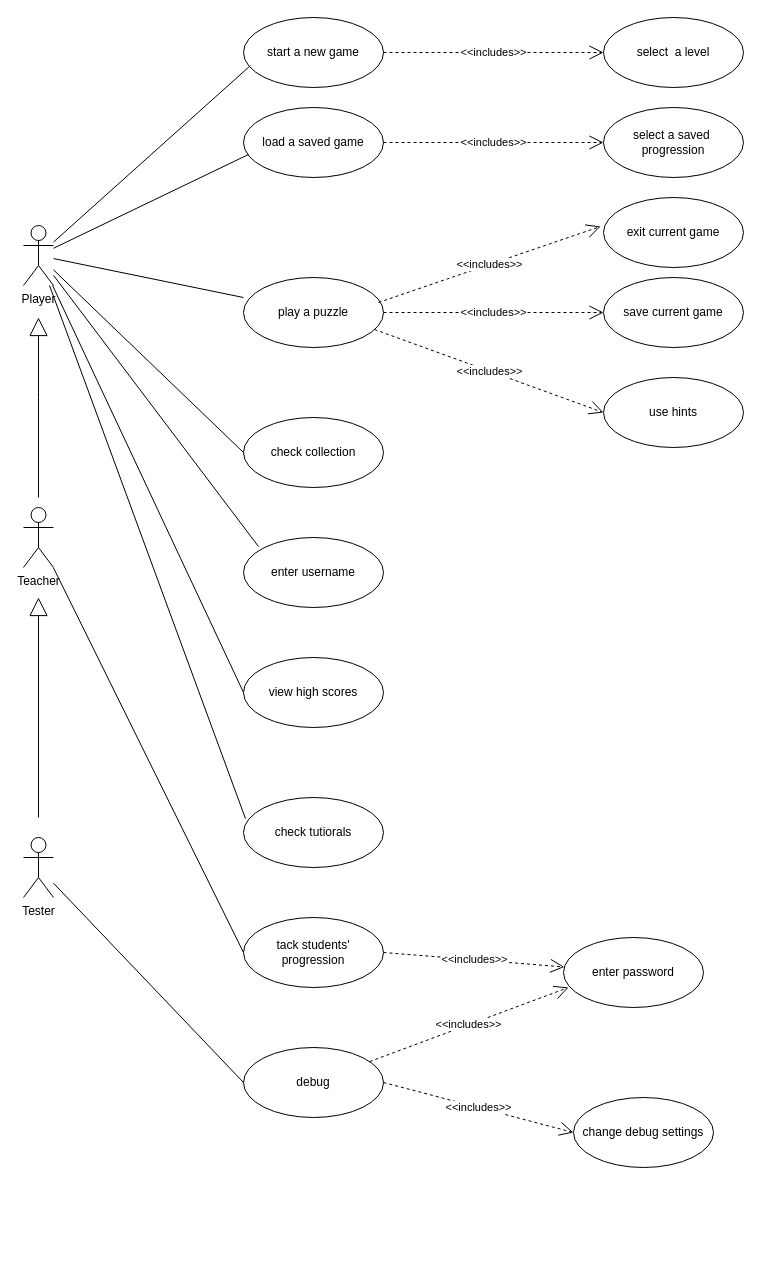
Earlier version of the draw.io diagram 未命名绘图.drawio (maxinimize/uml). Source tidied: cells renumbered, new cells numbered last; positions are measured from the earlier drawing's top-left corner, leaving out a move shared by most shapes. Both pictures are drawn from the tidied source at 100%, with x=0, y=0 at pixel (23, 17).
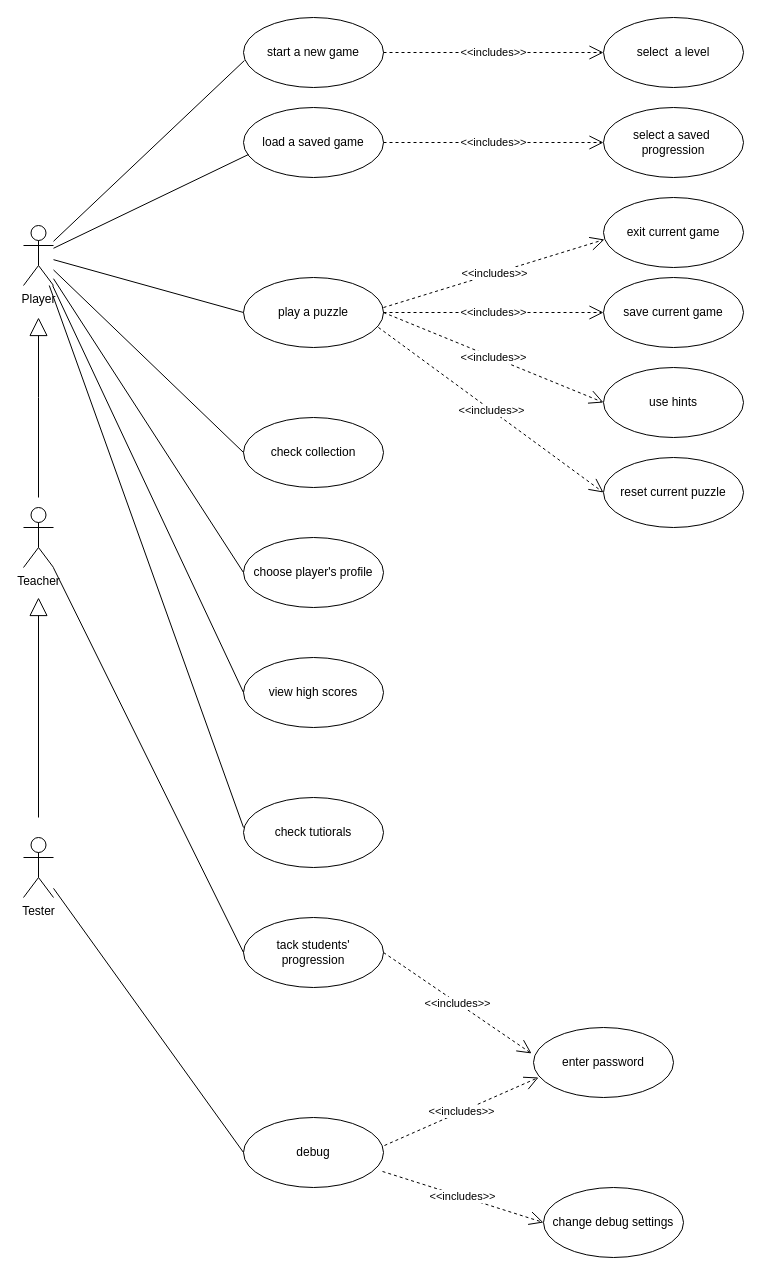
The same page after the edit.

Commit message:
更新未命名绘图.drawio

The change refers to these unchanged cells:
```xml
<mxCell id="2" value="Player" style="shape=umlActor;verticalLabelPosition=bottom;verticalAlign=top;html=1;outlineConnect=0;" parent="1" vertex="1">
  <mxGeometry y="208" width="30" height="60" as="geometry" />
</mxCell>
<mxCell id="7" value="start a new game" style="ellipse;whiteSpace=wrap;html=1;" parent="1" vertex="1">
  <mxGeometry x="220" width="140" height="70" as="geometry" />
</mxCell>
<mxCell id="9" value="tack students' progression" style="ellipse;whiteSpace=wrap;html=1;" parent="1" vertex="1">
  <mxGeometry x="220" y="900" width="140" height="70" as="geometry" />
</mxCell>
<mxCell id="11" value="check tutiorals" style="ellipse;whiteSpace=wrap;html=1;" parent="1" vertex="1">
  <mxGeometry x="220" y="780" width="140" height="70" as="geometry" />
</mxCell>
<mxCell id="31" value="play a puzzle" style="ellipse;whiteSpace=wrap;html=1;" parent="1" vertex="1">
  <mxGeometry x="220" y="260" width="140" height="70" as="geometry" />
</mxCell>
<mxCell id="33" value="exit current game" style="ellipse;whiteSpace=wrap;html=1;" parent="1" vertex="1">
  <mxGeometry x="580" y="180" width="140" height="70" as="geometry" />
</mxCell>
```

The edit, as a diff of the source:
```diff
@@
     <mxCell id="5" value="debug" style="ellipse;whiteSpace=wrap;html=1;" parent="1" vertex="1">
-      <mxGeometry x="220" y="1030" width="140" height="70" as="geometry" />
+      <mxGeometry x="220" y="1100" width="140" height="70" as="geometry" />
     </mxCell>
@@
     <mxCell id="12" value="change debug settings" style="ellipse;whiteSpace=wrap;html=1;" parent="1" vertex="1">
-      <mxGeometry x="550" y="1080" width="140" height="70" as="geometry" />
+      <mxGeometry x="520" y="1170" width="140" height="70" as="geometry" />
     </mxCell>
@@
-    <mxCell id="15" value="&amp;lt;&amp;lt;includes&amp;gt;&amp;gt;" style="endArrow=open;endSize=12;dashed=1;html=1;rounded=0;exitX=1;exitY=0.5;exitDx=0;exitDy=0;entryX=0;entryY=0.5;entryDx=0;entryDy=0;" parent="1" edge="1" source="5" target="12">
+    <mxCell id="15" value="&amp;lt;&amp;lt;includes&amp;gt;&amp;gt;" style="endArrow=open;endSize=12;dashed=1;html=1;rounded=0;exitX=0.993;exitY=0.771;exitDx=0;exitDy=0;entryX=0;entryY=0.5;entryDx=0;entryDy=0;exitPerimeter=0;" parent="1" edge="1" source="5" target="12">
       <mxGeometry relative="1" as="geometry" />
     </mxCell>
@@
     <mxCell id="18" value="enter password" style="ellipse;whiteSpace=wrap;html=1;" parent="1" vertex="1">
-      <mxGeometry x="540" y="920" width="140" height="70" as="geometry" />
+      <mxGeometry x="510" y="1010" width="140" height="70" as="geometry" />
     </mxCell>
-    <mxCell id="19" value="&amp;lt;&amp;lt;includes&amp;gt;&amp;gt;" style="endArrow=open;endSize=12;dashed=1;html=1;rounded=0;exitX=1;exitY=0.5;exitDx=0;exitDy=0;" parent="1" edge="1" source="9" target="18">
+    <mxCell id="19" value="&amp;lt;&amp;lt;includes&amp;gt;&amp;gt;" style="endArrow=open;endSize=12;dashed=1;html=1;rounded=0;exitX=1;exitY=0.5;exitDx=0;exitDy=0;entryX=-0.014;entryY=0.371;entryDx=0;entryDy=0;entryPerimeter=0;" parent="1" edge="1" source="9" target="18">
       <mxGeometry relative="1" as="geometry" />
     </mxCell>
@@
-    <mxCell id="22" style="endArrow=none;endSize=12;html=1;rounded=0;entryX=0.014;entryY=0.3;entryDx=0;entryDy=0;endFill=0;entryPerimeter=0;" parent="1" edge="1" source="2" target="11">
+    <mxCell id="22" style="endArrow=none;endSize=12;html=1;rounded=0;entryX=0;entryY=0.429;entryDx=0;entryDy=0;endFill=0;entryPerimeter=0;" parent="1" edge="1" source="2" target="11">
       <mxGeometry relative="1" as="geometry" />
     </mxCell>
@@
-    <mxCell id="24" style="endArrow=none;endSize=12;html=1;rounded=0;endFill=0;entryX=0.05;entryY=0.686;entryDx=0;entryDy=0;entryPerimeter=0;" parent="1" edge="1" source="2" target="7">
+    <mxCell id="24" style="endArrow=none;endSize=12;html=1;rounded=0;endFill=0;entryX=0.007;entryY=0.614;entryDx=0;entryDy=0;entryPerimeter=0;" parent="1" edge="1" source="2" target="7">
       <mxGeometry relative="1" as="geometry" />
     </mxCell>
@@
-    <mxCell id="27" value="enter username" style="ellipse;whiteSpace=wrap;html=1;" parent="1" vertex="1">
+    <mxCell id="27" value="choose player's profile" style="ellipse;whiteSpace=wrap;html=1;" parent="1" vertex="1">
       <mxGeometry x="220" y="520" width="140" height="70" as="geometry" />
     </mxCell>
@@
-    <mxCell id="30" style="endArrow=none;endSize=12;html=1;rounded=0;endFill=0;entryX=0.107;entryY=0.129;entryDx=0;entryDy=0;entryPerimeter=0;" parent="1" edge="1" source="2" target="27">
+    <mxCell id="30" style="endArrow=none;endSize=12;html=1;rounded=0;endFill=0;entryX=0;entryY=0.5;entryDx=0;entryDy=0;" parent="1" edge="1" source="2" target="27">
       <mxGeometry relative="1" as="geometry" />
     </mxCell>
@@
-    <mxCell id="32" value="&amp;lt;&amp;lt;includes&amp;gt;&amp;gt;" style="endArrow=open;endSize=12;dashed=1;html=1;rounded=0;exitX=0.964;exitY=0.357;exitDx=0;exitDy=0;exitPerimeter=0;entryX=-0.021;entryY=0.414;entryDx=0;entryDy=0;entryPerimeter=0;" parent="1" edge="1" source="31" target="33">
+    <mxCell id="32" value="&amp;lt;&amp;lt;includes&amp;gt;&amp;gt;" style="endArrow=open;endSize=12;dashed=1;html=1;rounded=0;exitX=1;exitY=0.429;exitDx=0;exitDy=0;exitPerimeter=0;entryX=0.007;entryY=0.6;entryDx=0;entryDy=0;entryPerimeter=0;" parent="1" edge="1" source="31" target="33">
       <mxGeometry relative="1" as="geometry" />
     </mxCell>
@@
-    <mxCell id="36" style="endArrow=none;endSize=12;html=1;rounded=0;entryX=0;entryY=0.286;entryDx=0;entryDy=0;endFill=0;entryPerimeter=0;" parent="1" edge="1" source="2" target="31">
+    <mxCell id="36" style="endArrow=none;endSize=12;html=1;rounded=0;entryX=0;entryY=0.5;entryDx=0;entryDy=0;endFill=0;" parent="1" edge="1" source="2" target="31">
       <mxGeometry relative="1" as="geometry" />
     </mxCell>
     <mxCell id="37" value="use hints" style="ellipse;whiteSpace=wrap;html=1;" parent="1" vertex="1">
-      <mxGeometry x="580" y="360" width="140" height="70" as="geometry" />
+      <mxGeometry x="580" y="350" width="140" height="70" as="geometry" />
     </mxCell>
-    <mxCell id="38" value="&amp;lt;&amp;lt;includes&amp;gt;&amp;gt;" style="endArrow=open;endSize=12;dashed=1;html=1;rounded=0;exitX=0.936;exitY=0.743;exitDx=0;exitDy=0;entryX=0;entryY=0.5;entryDx=0;entryDy=0;exitPerimeter=0;" parent="1" edge="1" source="31" target="37">
+    <mxCell id="38" value="&amp;lt;&amp;lt;includes&amp;gt;&amp;gt;" style="endArrow=open;endSize=12;dashed=1;html=1;rounded=0;exitX=1;exitY=0.5;exitDx=0;exitDy=0;entryX=0;entryY=0.5;entryDx=0;entryDy=0;" parent="1" edge="1" source="31" target="37">
       <mxGeometry relative="1" as="geometry" />
     </mxCell>
-    <mxCell id="39" value="&amp;lt;&amp;lt;includes&amp;gt;&amp;gt;" style="endArrow=open;endSize=12;dashed=1;html=1;rounded=0;entryX=0.036;entryY=0.714;entryDx=0;entryDy=0;entryPerimeter=0;" parent="1" edge="1" source="5" target="18">
+    <mxCell id="39" value="&amp;lt;&amp;lt;includes&amp;gt;&amp;gt;" style="endArrow=open;endSize=12;dashed=1;html=1;rounded=0;entryX=0.036;entryY=0.714;entryDx=0;entryDy=0;entryPerimeter=0;exitX=1.007;exitY=0.4;exitDx=0;exitDy=0;exitPerimeter=0;" parent="1" edge="1" source="5" target="18">
       <mxGeometry relative="1" as="geometry" />
     </mxCell>
+    <mxCell id="40" value="reset current puzzle" style="ellipse;whiteSpace=wrap;html=1;" parent="1" vertex="1">
+      <mxGeometry x="580" y="440" width="140" height="70" as="geometry" />
+    </mxCell>
+    <mxCell id="41" value="&amp;lt;&amp;lt;includes&amp;gt;&amp;gt;" style="endArrow=open;endSize=12;dashed=1;html=1;rounded=0;entryX=0;entryY=0.5;entryDx=0;entryDy=0;exitX=0.964;exitY=0.714;exitDx=0;exitDy=0;exitPerimeter=0;" parent="1" edge="1" source="31" target="40">
+      <mxGeometry relative="1" as="geometry" />
+    </mxCell>
```
